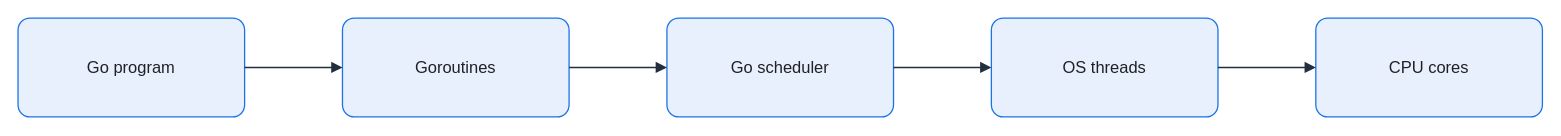
Earlier version of the draw.io diagram assets/img/go/goroutine-scheduling-model.drawio (KKamJi98/kkamji98.github.io). Source tidied: cells renumbered, new cells numbered last; positions are measured from the earlier drawing's top-left corner, leaving out a move shared by most shapes. Both pictures are drawn from the tidied source at 103%, with x=0, y=0 at pixel (18, 18).
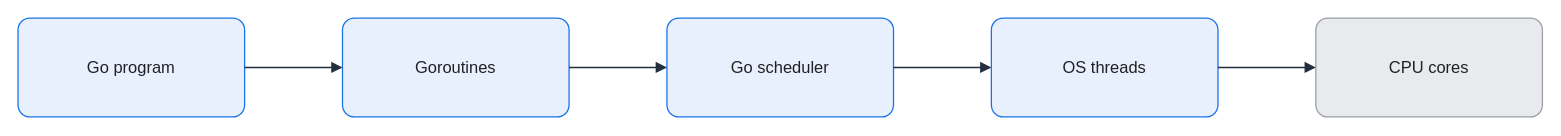
After the change.

Diff of the diagram source:
```diff
@@
 <mxGraphModel background="#FFFFFF">
   <root>
     <mxCell id="0" />
     <mxCell id="1" parent="0" />
     <mxCell id="2" value="Go program" style="rounded=1;arcSize=12;whiteSpace=wrap;html=0;fillColor=#E8F0FE;strokeColor=#1A73E8;strokeWidth=1.25;fontColor=#202124;fontSize=16;align=center;verticalAlign=middle;spacing=8;shadow=0;" parent="1" vertex="1">
       <mxGeometry width="220" height="96" as="geometry" />
     </mxCell>
     <mxCell id="3" value="Goroutines" style="rounded=1;arcSize=12;whiteSpace=wrap;html=0;fillColor=#E8F0FE;strokeColor=#1A73E8;strokeWidth=1.25;fontColor=#202124;fontSize=16;align=center;verticalAlign=middle;spacing=8;shadow=0;" parent="1" vertex="1">
       <mxGeometry x="315" width="220" height="96" as="geometry" />
     </mxCell>
     <mxCell id="4" value="Go scheduler" style="rounded=1;arcSize=12;whiteSpace=wrap;html=0;fillColor=#E8F0FE;strokeColor=#1A73E8;strokeWidth=1.25;fontColor=#202124;fontSize=16;align=center;verticalAlign=middle;spacing=8;shadow=0;" parent="1" vertex="1">
       <mxGeometry x="630" width="220" height="96" as="geometry" />
     </mxCell>
     <mxCell id="5" value="OS threads" style="rounded=1;arcSize=12;whiteSpace=wrap;html=0;fillColor=#E8F0FE;strokeColor=#1A73E8;strokeWidth=1.25;fontColor=#202124;fontSize=16;align=center;verticalAlign=middle;spacing=8;shadow=0;" parent="1" vertex="1">
       <mxGeometry x="945" width="220" height="96" as="geometry" />
     </mxCell>
-    <mxCell id="6" value="CPU cores" style="rounded=1;arcSize=12;whiteSpace=wrap;html=0;fillColor=#E8F0FE;strokeColor=#1A73E8;strokeWidth=1.25;fontColor=#202124;fontSize=16;align=center;verticalAlign=middle;spacing=8;shadow=0;" parent="1" vertex="1">
+    <mxCell id="6" value="CPU cores" style="rounded=1;arcSize=12;whiteSpace=wrap;html=0;fillColor=#E8EAED;strokeColor=#9AA0A6;strokeWidth=1.25;fontColor=#202124;fontSize=16;align=center;verticalAlign=middle;spacing=8;shadow=0;" parent="1" vertex="1">
       <mxGeometry x="1260" width="220" height="96" as="geometry" />
     </mxCell>
     <mxCell id="7" style="edgeStyle=orthogonalEdgeStyle;rounded=0;jettySize=auto;html=0;endArrow=block;endFill=1;strokeColor=#232F3E;strokeWidth=1.5;fontColor=#202124;labelBackgroundColor=none;exitX=1;exitY=0.5;exitDx=0;exitDy=0;entryX=0;entryY=0.5;entryDx=0;entryDy=0;endSize=7;" parent="1" edge="1" source="2" target="3">
       <mxGeometry relative="1" as="geometry" />
     </mxCell>
     <mxCell id="8" style="edgeStyle=orthogonalEdgeStyle;rounded=0;jettySize=auto;html=0;endArrow=block;endFill=1;strokeColor=#232F3E;strokeWidth=1.5;fontColor=#202124;labelBackgroundColor=none;exitX=1;exitY=0.5;exitDx=0;exitDy=0;entryX=0;entryY=0.5;entryDx=0;entryDy=0;endSize=7;" parent="1" edge="1" source="3" target="4">
       <mxGeometry relative="1" as="geometry" />
     </mxCell>
     <mxCell id="9" style="edgeStyle=orthogonalEdgeStyle;rounded=0;jettySize=auto;html=0;endArrow=block;endFill=1;strokeColor=#232F3E;strokeWidth=1.5;fontColor=#202124;labelBackgroundColor=none;exitX=1;exitY=0.5;exitDx=0;exitDy=0;entryX=0;entryY=0.5;entryDx=0;entryDy=0;endSize=7;" parent="1" edge="1" source="4" target="5">
       <mxGeometry relative="1" as="geometry" />
     </mxCell>
     <mxCell id="10" style="edgeStyle=orthogonalEdgeStyle;rounded=0;jettySize=auto;html=0;endArrow=block;endFill=1;strokeColor=#232F3E;strokeWidth=1.5;fontColor=#202124;labelBackgroundColor=none;exitX=1;exitY=0.5;exitDx=0;exitDy=0;entryX=0;entryY=0.5;entryDx=0;entryDy=0;endSize=7;" parent="1" edge="1" source="5" target="6">
       <mxGeometry relative="1" as="geometry" />
     </mxCell>
   </root>
 </mxGraphModel>
```
